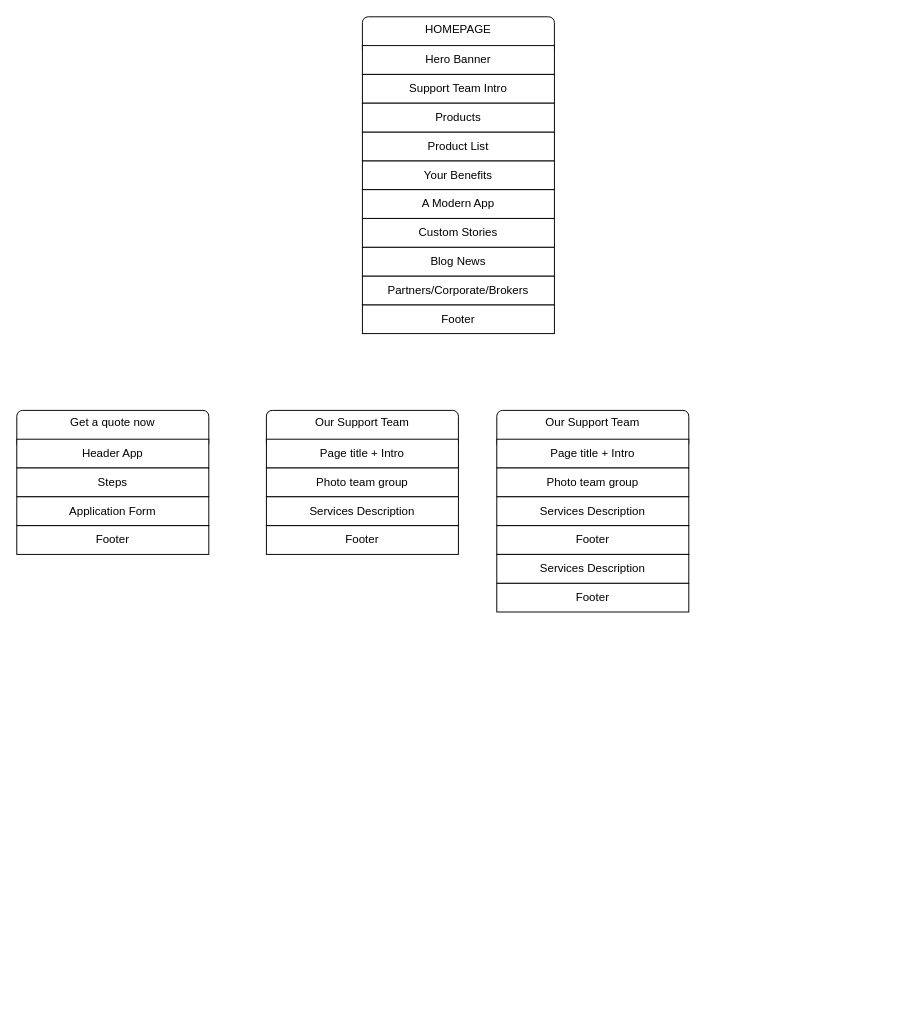
This is page "second-task" (2 of 2) of lab9/schema.drawio from TempnameIRN199/web-onu, a draw.io file, before an edit. Source tidied: cells renumbered, new cells numbered last; positions are measured from the earlier drawing's top-left corner, leaving out a move shared by most shapes. Both pictures are drawn from the tidied source at 96%, with x=0, y=0 at pixel (16, 16).
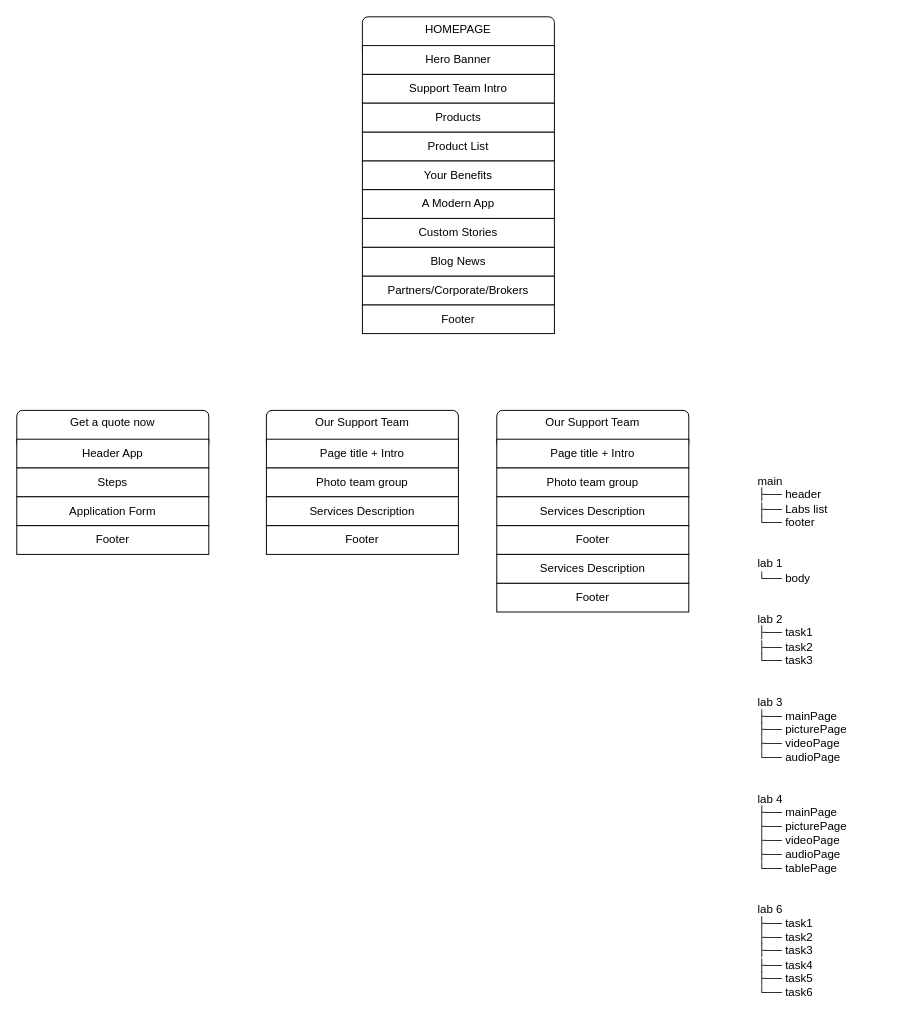
After the change.

Change to the diagram source:
```diff
@@
+    <mxCell id="30" value="main&#10;├── header&#10;├── Labs list&#10;└── footer&#10;&#10;&#10;lab 1&#10;└── body&#10;&#10;&#10;lab 2&#10;├── task1&#10;├── task2&#10;└── task3&#10;&#10;&#10;lab 3&#10;├── mainPage&#10;├── picturePage&#10;├── videoPage&#10;└── audioPage&#10;&#10;&#10;lab 4&#10;├── mainPage&#10;├── picturePage&#10;├── videoPage&#10;├── audioPage&#10;└── tablePage&#10;&#10;&#10;lab 6&#10;├── task1&#10;├── task2&#10;├── task3&#10;├── task4&#10;├── task5&#10;└── task6" style="text;whiteSpace=wrap;" parent="1" vertex="1">
+      <mxGeometry x="770" y="470" width="130" height="570" as="geometry" />
+    </mxCell>
```
